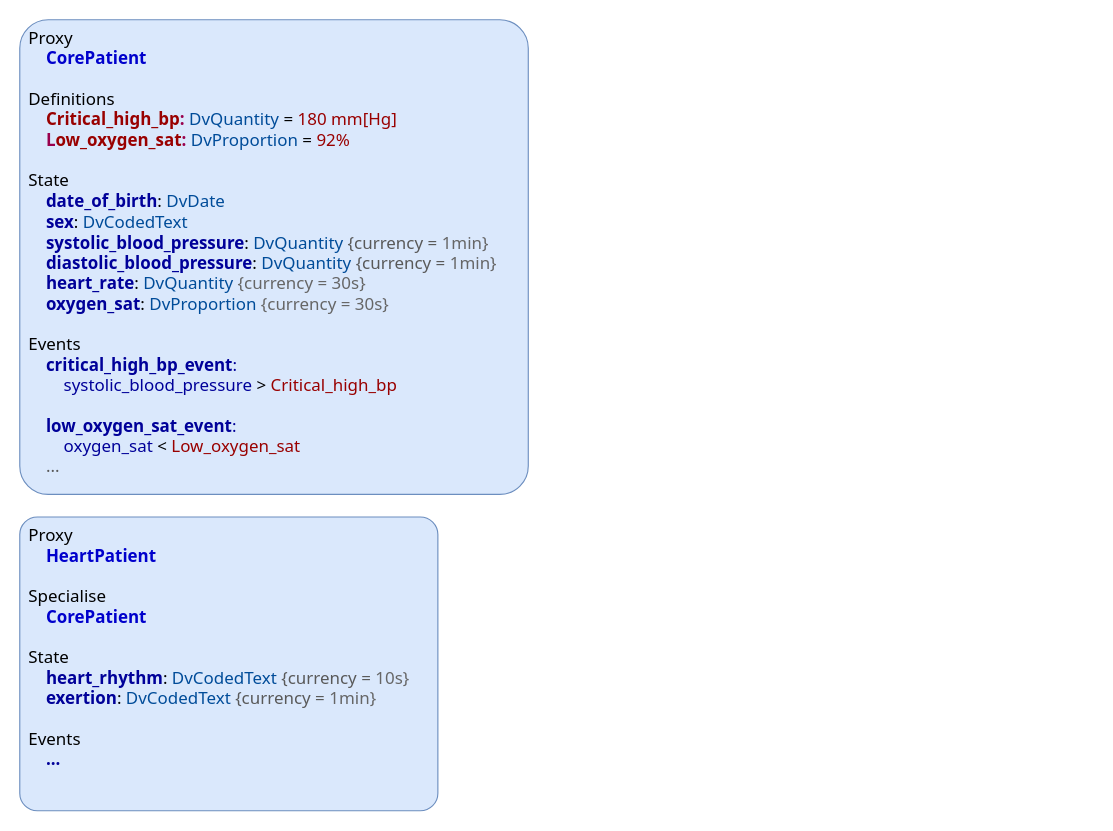
The draw.io diagram docs/decision_language/diagrams/conceptual_proxy.drawio in openEHR/specifications-PROC, before the edit. Source tidied: cells renumbered, new cells numbered last; positions are measured from the earlier drawing's top-left corner, leaving out a move shared by most shapes. Both pictures are drawn from the tidied source at 113%, with x=0, y=0 at pixel (19, 19).
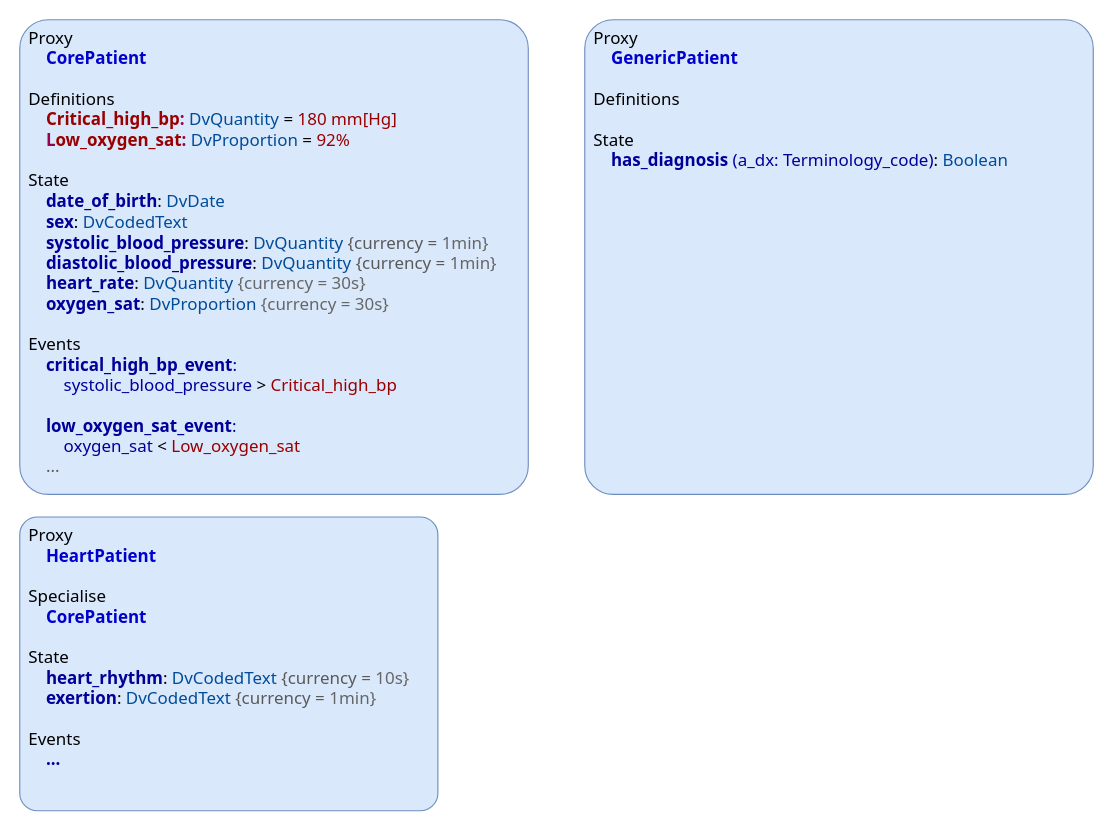
Above is the later version.

The edit, as a diff of the source:
```diff
@@
 <mxGraphModel>
   <root>
     <mxCell id="0" />
     <mxCell id="1" parent="0" />
     <mxCell id="2" value="&lt;div style=&quot;font-size: 15px&quot;&gt;&lt;font style=&quot;font-size: 15px&quot;&gt;&lt;span&gt;Proxy&lt;/span&gt;&lt;/font&gt;&lt;/div&gt;&lt;div style=&quot;font-size: 15px&quot;&gt;&lt;font style=&quot;font-size: 15px&quot;&gt;&lt;span&gt;&amp;nbsp; &amp;nbsp;&amp;nbsp;&lt;/span&gt;&lt;font style=&quot;font-size: 15px&quot;&gt;&lt;b&gt;&lt;font color=&quot;#0000cc&quot;&gt;HeartPatient&lt;/font&gt;&lt;/b&gt;&lt;font color=&quot;#004c99&quot;&gt;&amp;nbsp;&lt;/font&gt;&lt;/font&gt;&lt;/font&gt;&lt;/div&gt;&lt;div style=&quot;font-size: 15px&quot;&gt;&lt;font style=&quot;font-size: 15px&quot;&gt;&lt;font style=&quot;font-size: 15px&quot;&gt;&lt;font color=&quot;#004c99&quot;&gt;&lt;br&gt;&lt;/font&gt;&lt;/font&gt;&lt;/font&gt;&lt;/div&gt;&lt;div style=&quot;font-size: 15px&quot;&gt;Specialise&lt;/div&gt;&lt;div style=&quot;font-size: 15px&quot;&gt;&lt;font style=&quot;font-size: 15px&quot;&gt;&lt;font style=&quot;font-size: 15px&quot;&gt;&lt;font color=&quot;#004c99&quot;&gt;&amp;nbsp; &amp;nbsp;&amp;nbsp;&lt;/font&gt;&lt;b&gt;&lt;font color=&quot;#0000cc&quot;&gt;CorePatient&lt;/font&gt;&lt;/b&gt;&lt;/font&gt;&lt;/font&gt;&lt;/div&gt;&lt;div style=&quot;font-size: 15px&quot;&gt;&lt;br&gt;&lt;/div&gt;&lt;div style=&quot;font-size: 15px&quot;&gt;State&lt;/div&gt;&lt;font style=&quot;font-size: 15px&quot;&gt;&lt;span style=&quot;white-space: nowrap&quot;&gt;&lt;div style=&quot;font-weight: bold&quot;&gt;&lt;b&gt;&lt;font color=&quot;#990000&quot; style=&quot;font-size: 15px&quot;&gt;&amp;nbsp; &amp;nbsp; &lt;/font&gt;&lt;font style=&quot;font-size: 15px&quot; color=&quot;#000099&quot;&gt;heart_rhythm&lt;/font&gt;&lt;/b&gt;&lt;span style=&quot;font-weight: normal&quot;&gt;:&amp;nbsp;&lt;/span&gt;&lt;font color=&quot;#004c99&quot; style=&quot;font-weight: normal ; font-size: 15px&quot;&gt;DvCodedText&lt;/font&gt;&lt;span style=&quot;font-weight: normal&quot;&gt;&amp;nbsp;&lt;/span&gt;&lt;font color=&quot;#595959&quot; style=&quot;font-weight: normal ; font-size: 15px&quot;&gt;{currency =&amp;nbsp;&lt;/font&gt;&lt;font color=&quot;#666666&quot; style=&quot;font-weight: normal ; font-size: 15px&quot;&gt;10s}&lt;/font&gt;&lt;/div&gt;&lt;div&gt;&lt;div style=&quot;font-weight: bold&quot;&gt;&lt;b&gt;&lt;font color=&quot;#990000&quot;&gt;&amp;nbsp; &amp;nbsp; &lt;/font&gt;&lt;font color=&quot;#000099&quot;&gt;exertion&lt;/font&gt;&lt;/b&gt;&lt;span style=&quot;font-weight: normal&quot;&gt;:&amp;nbsp;&lt;/span&gt;&lt;font color=&quot;#004c99&quot; style=&quot;font-weight: normal&quot;&gt;DvCodedText&lt;/font&gt;&lt;span style=&quot;font-weight: normal&quot;&gt;&amp;nbsp;&lt;/span&gt;&lt;font color=&quot;#595959&quot; style=&quot;font-weight: normal&quot;&gt;{currency =&amp;nbsp;&lt;/font&gt;&lt;font color=&quot;#666666&quot; style=&quot;font-weight: normal&quot;&gt;1min}&lt;/font&gt;&lt;/div&gt;&lt;div style=&quot;font-weight: bold&quot;&gt;&lt;font color=&quot;#666666&quot; style=&quot;font-weight: normal&quot;&gt;&lt;br&gt;&lt;/font&gt;&lt;/div&gt;&lt;div style=&quot;font-weight: bold&quot;&gt;&lt;font style=&quot;font-weight: normal&quot;&gt;Events&lt;/font&gt;&lt;/div&gt;&lt;div&gt;&lt;font color=&quot;#666666&quot; style=&quot;font-weight: normal&quot;&gt;&amp;nbsp; &amp;nbsp; &lt;/font&gt;&lt;font color=&quot;#000099&quot;&gt;&lt;b&gt;...&lt;/b&gt;&lt;/font&gt;&lt;/div&gt;&lt;div style=&quot;font-weight: bold&quot;&gt;&lt;font color=&quot;#666666&quot; style=&quot;font-weight: normal&quot;&gt;&lt;br&gt;&lt;/font&gt;&lt;/div&gt;&lt;/div&gt;&lt;/span&gt;&lt;/font&gt;" style="rounded=1;whiteSpace=wrap;html=1;fontSize=16;arcSize=6;verticalAlign=top;fillColor=#dae8fc;strokeColor=#6c8ebf;fontFamily=Tahoma;align=left;spacingLeft=6;" parent="1" vertex="1">
       <mxGeometry y="440" width="370" height="260" as="geometry" />
     </mxCell>
     <mxCell id="3" value="&lt;font style=&quot;font-size: 14px&quot;&gt;&lt;br&gt;&lt;/font&gt;" style="text;html=1;align=left;verticalAlign=middle;fontSize=12;fontFamily=Tahoma;" parent="1" vertex="1">
       <mxGeometry x="360" y="335.5" width="20" height="20" as="geometry" />
     </mxCell>
     <mxCell id="4" value="&lt;div style=&quot;font-size: 15px&quot;&gt;&lt;font style=&quot;font-size: 15px&quot;&gt;&lt;span&gt;Proxy&lt;/span&gt;&lt;/font&gt;&lt;/div&gt;&lt;div style=&quot;font-size: 15px&quot;&gt;&lt;font style=&quot;font-size: 15px&quot;&gt;&lt;font style=&quot;font-size: 15px&quot;&gt;&amp;nbsp; &amp;nbsp;&amp;nbsp;&lt;b&gt;&lt;font color=&quot;#0000cc&quot;&gt;CorePatient&lt;/font&gt;&lt;/b&gt;&lt;/font&gt;&lt;/font&gt;&lt;/div&gt;&lt;div style=&quot;font-size: 15px&quot;&gt;&lt;font style=&quot;font-size: 15px&quot;&gt;&lt;font style=&quot;font-size: 15px&quot;&gt;&lt;b style=&quot;color: rgb(153 , 0 , 77)&quot;&gt;&lt;br&gt;&lt;/b&gt;&lt;/font&gt;&lt;/font&gt;&lt;/div&gt;&lt;div style=&quot;font-size: 15px&quot;&gt;&lt;font style=&quot;font-size: 15px&quot;&gt;&lt;font style=&quot;font-size: 15px&quot;&gt;Definitions&lt;/font&gt;&lt;/font&gt;&lt;/div&gt;&lt;div style=&quot;font-size: 15px&quot;&gt;&lt;font style=&quot;font-size: 15px&quot;&gt;&lt;font style=&quot;font-size: 15px&quot;&gt;&lt;b style=&quot;color: rgb(153 , 0 , 77)&quot;&gt;&amp;nbsp; &amp;nbsp; &lt;/b&gt;&lt;b&gt;&lt;font color=&quot;#990000&quot;&gt;Critical_high_bp&lt;/font&gt;&lt;/b&gt;&lt;b style=&quot;color: rgb(153 , 0 , 77)&quot;&gt;: &lt;/b&gt;&lt;font color=&quot;#004c99&quot;&gt;DvQuantity&lt;/font&gt;&lt;font color=&quot;#000099&quot;&gt; &lt;/font&gt;=&lt;font color=&quot;#000099&quot;&gt; &lt;/font&gt;&lt;font color=&quot;#990000&quot;&gt;180 mm[Hg]&lt;/font&gt;&lt;/font&gt;&lt;/font&gt;&lt;/div&gt;&lt;div style=&quot;font-size: 15px&quot;&gt;&lt;font style=&quot;font-size: 15px&quot;&gt;&lt;font style=&quot;font-size: 15px&quot;&gt;&lt;div&gt;&lt;b style=&quot;color: rgb(153 , 0 , 77)&quot;&gt;&amp;nbsp; &amp;nbsp; L&lt;/b&gt;&lt;b&gt;&lt;font color=&quot;#990000&quot;&gt;ow_oxygen_sat&lt;/font&gt;&lt;/b&gt;&lt;b style=&quot;color: rgb(153 , 0 , 77)&quot;&gt;:&amp;nbsp;&lt;/b&gt;&lt;font color=&quot;#004c99&quot;&gt;DvProportion&lt;/font&gt;&lt;font color=&quot;#000099&quot;&gt;&amp;nbsp;&lt;/font&gt;=&lt;font color=&quot;#000099&quot;&gt;&amp;nbsp;&lt;/font&gt;&lt;font color=&quot;#990000&quot;&gt;92%&lt;/font&gt;&lt;/div&gt;&lt;div&gt;&lt;font color=&quot;#990000&quot;&gt;&lt;br&gt;&lt;/font&gt;&lt;/div&gt;&lt;/font&gt;&lt;/font&gt;&lt;/div&gt;&lt;div style=&quot;font-size: 15px&quot;&gt;State&lt;/div&gt;&lt;font style=&quot;font-size: 15px&quot;&gt;&lt;b style=&quot;white-space: nowrap&quot;&gt;&lt;font color=&quot;#990000&quot;&gt;&amp;nbsp; &amp;nbsp; &lt;/font&gt;&lt;font color=&quot;#000099&quot;&gt;date_of_birth&lt;/font&gt;&lt;/b&gt;&lt;span style=&quot;white-space: nowrap&quot;&gt;:&amp;nbsp;&lt;/span&gt;&lt;font color=&quot;#004c99&quot; style=&quot;white-space: nowrap&quot;&gt;DvDate&lt;/font&gt;&lt;b style=&quot;white-space: nowrap&quot;&gt;&lt;div&gt;&lt;b&gt;&lt;font color=&quot;#990000&quot;&gt;&amp;nbsp; &amp;nbsp; &lt;/font&gt;&lt;font color=&quot;#000099&quot;&gt;sex&lt;/font&gt;&lt;/b&gt;&lt;span style=&quot;font-weight: 400&quot;&gt;:&amp;nbsp;&lt;/span&gt;&lt;font color=&quot;#004c99&quot; style=&quot;font-weight: 400&quot;&gt;DvCodedText&lt;/font&gt;&lt;/div&gt;&lt;div&gt;&lt;b&gt;&lt;font color=&quot;#990000&quot; style=&quot;font-size: 15px&quot;&gt;&amp;nbsp; &amp;nbsp; &lt;/font&gt;&lt;font style=&quot;font-size: 15px&quot; color=&quot;#000099&quot;&gt;systolic_blood_pressure&lt;/font&gt;&lt;/b&gt;&lt;span style=&quot;font-weight: normal&quot;&gt;:&amp;nbsp;&lt;/span&gt;&lt;font color=&quot;#004c99&quot; style=&quot;font-weight: normal ; font-size: 15px&quot;&gt;DvQuantity&lt;/font&gt;&lt;span style=&quot;font-weight: normal&quot;&gt;&amp;nbsp;&lt;/span&gt;&lt;font color=&quot;#595959&quot; style=&quot;font-weight: normal ; font-size: 15px&quot;&gt;{currency =&amp;nbsp;&lt;/font&gt;&lt;font color=&quot;#666666&quot; style=&quot;font-weight: normal ; font-size: 15px&quot;&gt;1min}&lt;/font&gt;&lt;/div&gt;&lt;div&gt;&lt;b&gt;&lt;font color=&quot;#990000&quot;&gt;&amp;nbsp; &amp;nbsp; &lt;/font&gt;&lt;font color=&quot;#000099&quot;&gt;diastolic_blood_pressure&lt;/font&gt;&lt;/b&gt;&lt;span style=&quot;font-weight: normal&quot;&gt;:&amp;nbsp;&lt;/span&gt;&lt;font color=&quot;#004c99&quot; style=&quot;font-weight: normal&quot;&gt;DvQuantity&lt;/font&gt;&lt;span style=&quot;font-weight: normal&quot;&gt;&amp;nbsp;&lt;/span&gt;&lt;font color=&quot;#595959&quot; style=&quot;font-weight: normal&quot;&gt;{currency =&amp;nbsp;&lt;/font&gt;&lt;font color=&quot;#666666&quot; style=&quot;font-weight: normal&quot;&gt;1min}&lt;/font&gt;&lt;span style=&quot;font-weight: normal&quot;&gt;&lt;br&gt;&lt;/span&gt;&lt;/div&gt;&lt;/b&gt;&lt;font style=&quot;white-space: nowrap ; font-size: 15px&quot;&gt;&lt;div&gt;&lt;font style=&quot;font-size: 15px&quot;&gt;&lt;b&gt;&lt;font color=&quot;#990000&quot;&gt;&amp;nbsp; &amp;nbsp; &lt;/font&gt;&lt;font color=&quot;#000099&quot;&gt;heart_rate&lt;/font&gt;&lt;/b&gt;&lt;/font&gt;&lt;span style=&quot;color: rgb(0 , 0 , 0)&quot;&gt;:&amp;nbsp;&lt;/span&gt;&lt;font color=&quot;#004c99&quot; style=&quot;font-size: 15px&quot;&gt;DvQuantity&lt;/font&gt;&lt;span style=&quot;color: rgb(0 , 0 , 0)&quot;&gt;&amp;nbsp;&lt;/span&gt;&lt;font style=&quot;font-size: 15px&quot; color=&quot;#666666&quot;&gt;{currency = 30s}&lt;/font&gt;&lt;/div&gt;&lt;div&gt;&lt;b&gt;&lt;font color=&quot;#990000&quot;&gt;&amp;nbsp; &amp;nbsp;&amp;nbsp;&lt;/font&gt;&lt;font color=&quot;#000099&quot;&gt;oxygen_sat&lt;/font&gt;&lt;/b&gt;:&amp;nbsp;&lt;font color=&quot;#004c99&quot;&gt;DvProportion&lt;/font&gt;&amp;nbsp;&lt;font color=&quot;#666666&quot;&gt;{currency = 30s}&lt;/font&gt;&lt;font style=&quot;font-size: 15px&quot; color=&quot;#666666&quot;&gt;&lt;br&gt;&lt;/font&gt;&lt;/div&gt;&lt;div&gt;&lt;font color=&quot;#666666&quot;&gt;&lt;br&gt;&lt;/font&gt;&lt;/div&gt;&lt;div&gt;&lt;div style=&quot;font-weight: bold&quot;&gt;&lt;font style=&quot;font-weight: normal&quot;&gt;Events&lt;/font&gt;&lt;/div&gt;&lt;div&gt;&lt;font color=&quot;#666666&quot;&gt;&amp;nbsp; &amp;nbsp;&amp;nbsp;&lt;/font&gt;&lt;font color=&quot;#000099&quot;&gt;&lt;b&gt;critical_high_bp_event&lt;/b&gt;:&lt;/font&gt;&lt;/div&gt;&lt;div&gt;&lt;font color=&quot;#666666&quot;&gt;&amp;nbsp; &amp;nbsp; &amp;nbsp; &amp;nbsp;&amp;nbsp;&lt;/font&gt;&lt;font color=&quot;#000099&quot;&gt;systolic_blood_pressure&lt;/font&gt;&lt;font color=&quot;#666666&quot;&gt;&amp;nbsp;&lt;/font&gt;&amp;gt;&lt;font color=&quot;#666666&quot;&gt;&amp;nbsp;&lt;/font&gt;&lt;font color=&quot;#990000&quot;&gt;Critical_high_bp&lt;/font&gt;&lt;/div&gt;&lt;/div&gt;&lt;div&gt;&lt;font color=&quot;#990000&quot;&gt;&lt;br&gt;&lt;/font&gt;&lt;/div&gt;&lt;div&gt;&lt;font color=&quot;#666666&quot;&gt;&amp;nbsp; &amp;nbsp;&amp;nbsp;&lt;/font&gt;&lt;font color=&quot;#000099&quot;&gt;&lt;b&gt;low_oxygen_sat_event&lt;/b&gt;:&lt;/font&gt;&lt;/div&gt;&lt;div&gt;&lt;font color=&quot;#666666&quot;&gt;&amp;nbsp; &amp;nbsp; &amp;nbsp; &amp;nbsp;&amp;nbsp;&lt;/font&gt;&lt;font color=&quot;#000099&quot;&gt;oxygen_sat&lt;/font&gt;&lt;font color=&quot;#666666&quot;&gt;&amp;nbsp;&lt;/font&gt;&lt;span&gt;&amp;lt;&lt;/span&gt;&lt;font color=&quot;#666666&quot;&gt;&amp;nbsp;&lt;/font&gt;&lt;font color=&quot;#990000&quot;&gt;Low_oxygen_sat&lt;/font&gt;&lt;/div&gt;&lt;div&gt;&lt;font color=&quot;#595959&quot;&gt;&amp;nbsp; &amp;nbsp; ...&lt;/font&gt;&lt;/div&gt;&lt;/font&gt;&lt;/font&gt;" style="rounded=1;whiteSpace=wrap;html=1;fontSize=16;arcSize=6;verticalAlign=top;fillColor=#dae8fc;strokeColor=#6c8ebf;fontFamily=Tahoma;align=left;spacingLeft=6;" parent="1" vertex="1">
       <mxGeometry width="450" height="420" as="geometry" />
     </mxCell>
+    <mxCell id="5" value="&lt;div style=&quot;font-size: 15px&quot;&gt;&lt;font style=&quot;font-size: 15px&quot;&gt;&lt;span&gt;Proxy&lt;/span&gt;&lt;/font&gt;&lt;/div&gt;&lt;div style=&quot;font-size: 15px&quot;&gt;&lt;font style=&quot;font-size: 15px&quot;&gt;&lt;font style=&quot;font-size: 15px&quot;&gt;&amp;nbsp; &amp;nbsp; &lt;b&gt;&lt;font color=&quot;#0000cc&quot;&gt;GenericPatient&lt;/font&gt;&lt;/b&gt;&lt;/font&gt;&lt;/font&gt;&lt;/div&gt;&lt;div style=&quot;font-size: 15px&quot;&gt;&lt;font style=&quot;font-size: 15px&quot;&gt;&lt;font style=&quot;font-size: 15px&quot;&gt;&lt;b style=&quot;color: rgb(153 , 0 , 77)&quot;&gt;&lt;br&gt;&lt;/b&gt;&lt;/font&gt;&lt;/font&gt;&lt;/div&gt;&lt;div style=&quot;font-size: 15px&quot;&gt;&lt;font style=&quot;font-size: 15px&quot;&gt;&lt;font style=&quot;font-size: 15px&quot;&gt;Definitions&lt;/font&gt;&lt;/font&gt;&lt;/div&gt;&lt;div style=&quot;font-size: 15px&quot;&gt;&lt;br&gt;&lt;/div&gt;&lt;div style=&quot;font-size: 15px&quot;&gt;State&lt;/div&gt;&lt;font style=&quot;font-size: 15px&quot;&gt;&lt;span style=&quot;white-space: nowrap&quot;&gt;&lt;font color=&quot;#990000&quot; style=&quot;font-weight: bold&quot;&gt;&amp;nbsp; &amp;nbsp; &lt;/font&gt;&lt;font color=&quot;#000099&quot;&gt;&lt;b&gt;has_diagnosis&lt;/b&gt; (a_dx: Terminology_code)&lt;/font&gt;&lt;/span&gt;&lt;span style=&quot;white-space: nowrap&quot;&gt;:&amp;nbsp;&lt;/span&gt;&lt;font color=&quot;#004c99&quot; style=&quot;white-space: nowrap&quot;&gt;Boolean&lt;/font&gt;&lt;b style=&quot;white-space: nowrap&quot;&gt;&lt;div&gt;&lt;b&gt;&lt;font color=&quot;#990000&quot;&gt;&amp;nbsp; &amp;nbsp;&amp;nbsp;&lt;/font&gt;&lt;/b&gt;&lt;/div&gt;&lt;/b&gt;&lt;font style=&quot;white-space: nowrap ; font-size: 15px&quot;&gt;&lt;div style=&quot;font-weight: bold&quot;&gt;&lt;br&gt;&lt;/div&gt;&lt;/font&gt;&lt;/font&gt;" style="rounded=1;whiteSpace=wrap;html=1;fontSize=16;arcSize=6;verticalAlign=top;fillColor=#dae8fc;strokeColor=#6c8ebf;fontFamily=Tahoma;align=left;spacingLeft=6;" parent="1" vertex="1">
+      <mxGeometry x="500" width="450" height="420" as="geometry" />
+    </mxCell>
   </root>
 </mxGraphModel>
```
